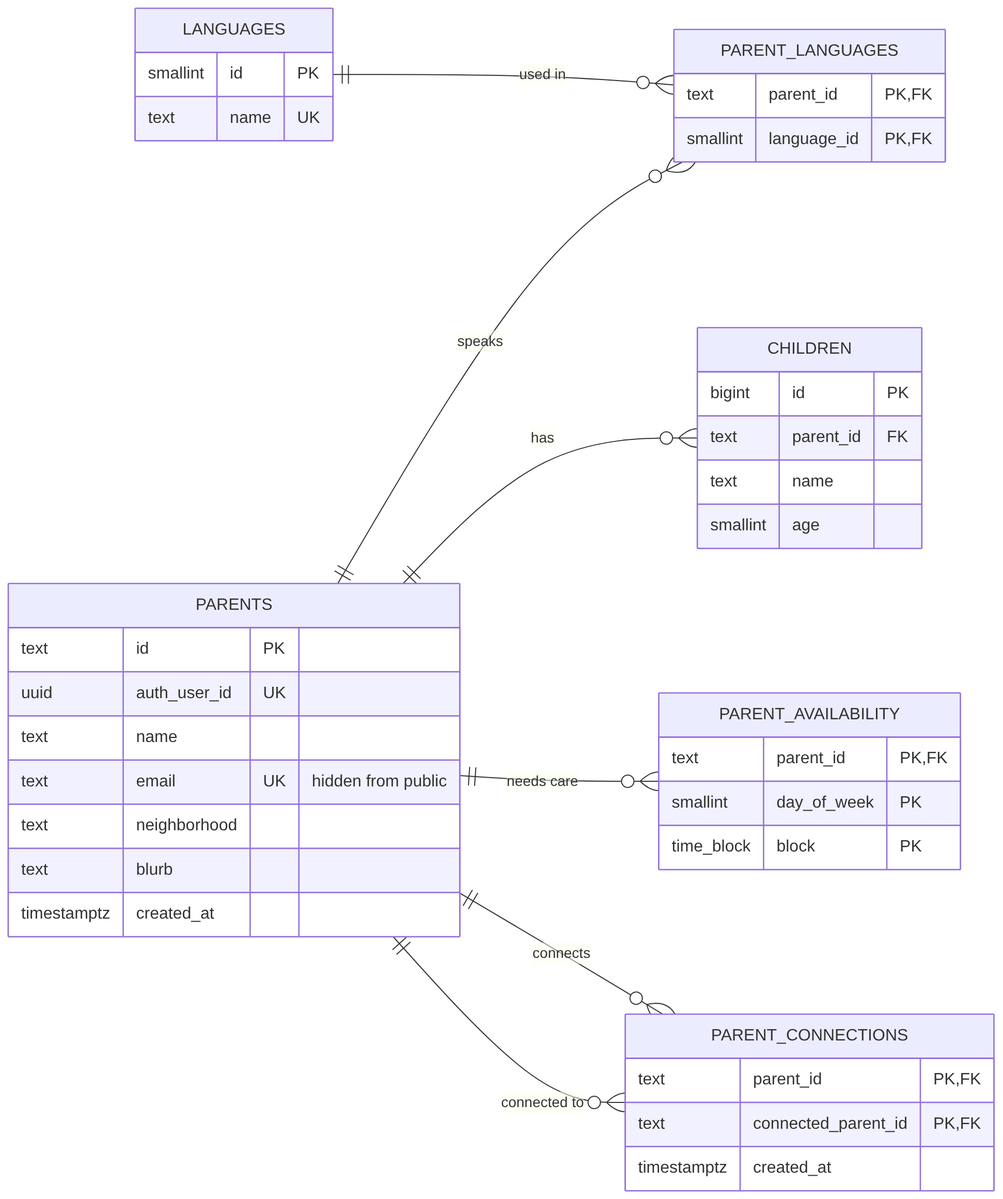
Before: docs/erd-1-parents.png, a diagram exported from Mermaid (IS-Junior-Core-3-5/CareConnect). Its source is kept beside it as docs/erd-1-parents.mmd.
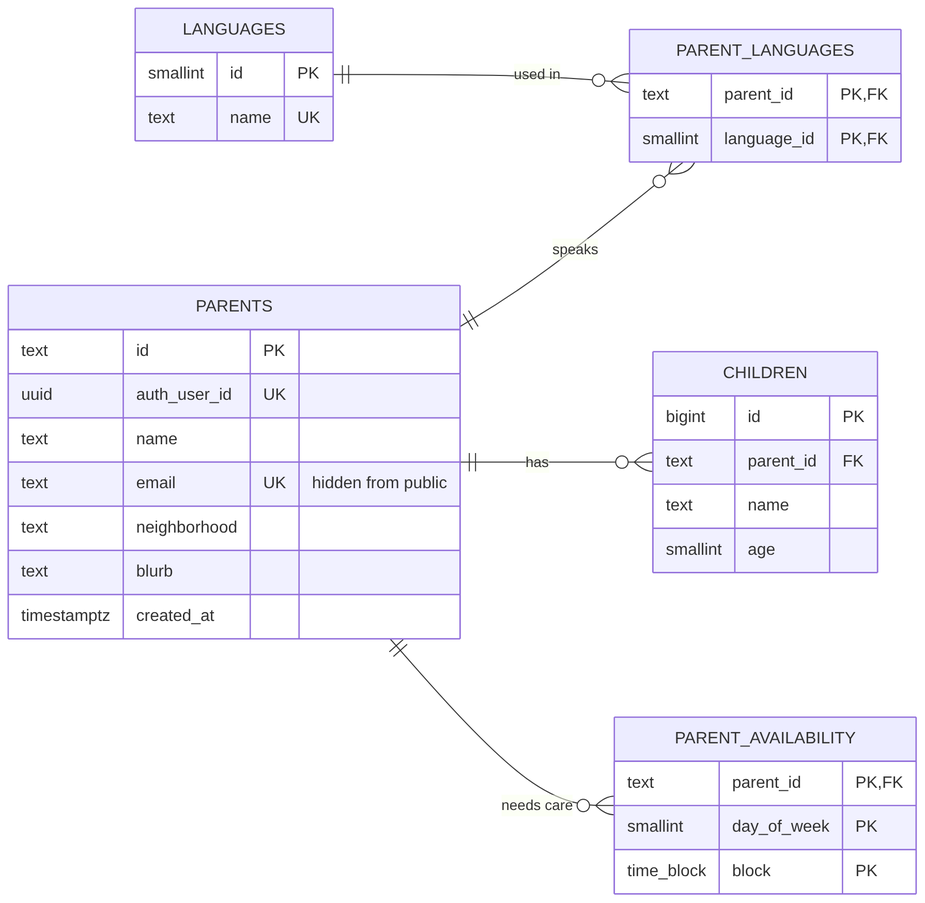
The same file after the commit.

Change to the diagram source:
```diff
@@ -4,8 +4,6 @@
   PARENTS ||--o{ PARENT_LANGUAGES : "speaks"
   PARENTS ||--o{ CHILDREN : "has"
   PARENTS ||--o{ PARENT_AVAILABILITY : "needs care"
-  PARENTS ||--o{ PARENT_CONNECTIONS : "connects"
-  PARENTS ||--o{ PARENT_CONNECTIONS : "connected to"
   PARENTS {
     text id PK
     uuid auth_user_id UK
@@ -34,8 +32,3 @@
     smallint id PK
     text name UK
   }
-  PARENT_CONNECTIONS {
-    text parent_id PK,FK
-    text connected_parent_id PK,FK
-    timestamptz created_at
-  }
```
